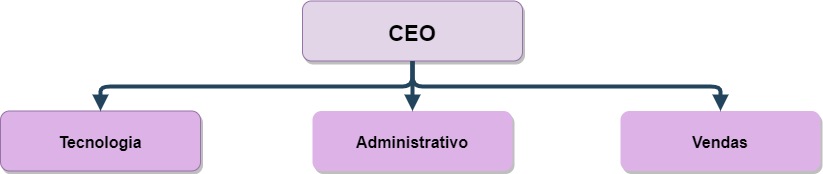
The draw.io diagram Diagrama sem nome.drawio.png in leitoraincomum/Repl.it, before a commit. Source tidied: cells renumbered, new cells last; positions are measured from the earlier drawing's top-left corner, leaving out a move shared by most shapes.
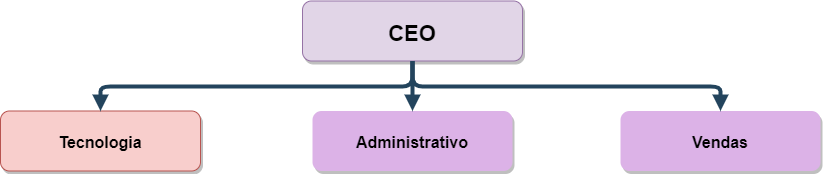
The same file after the commit.

What changed in the source:
```diff
@@ -5,7 +5,7 @@
     <mxCell id="2" value="CEO" style="rounded=1;fillColor=#e1d5e7;strokeColor=#9673a6;shadow=1;fontStyle=1;fontSize=22;verticalAlign=middle;" parent="1" vertex="1">
       <mxGeometry x="302" y="-0.5" width="220" height="60" as="geometry" />
     </mxCell>
-    <mxCell id="3" value="Tecnologia" style="rounded=1;fillColor=#DCB2E7;strokeColor=#9673a6;shadow=1;fontStyle=1;fontSize=16;" parent="1" vertex="1">
+    <mxCell id="3" value="Tecnologia" style="rounded=1;fillColor=#f8cecc;strokeColor=#b85450;shadow=1;fontStyle=1;fontSize=16;" parent="1" vertex="1">
       <mxGeometry y="109.5" width="200" height="60" as="geometry" />
     </mxCell>
     <mxCell id="4" value="Administrativo" style="rounded=1;fillColor=#DCB2E7;strokeColor=none;shadow=1;gradientColor=none;fontStyle=1;fontColor=#000000;fontSize=16;" parent="1" vertex="1">
```
